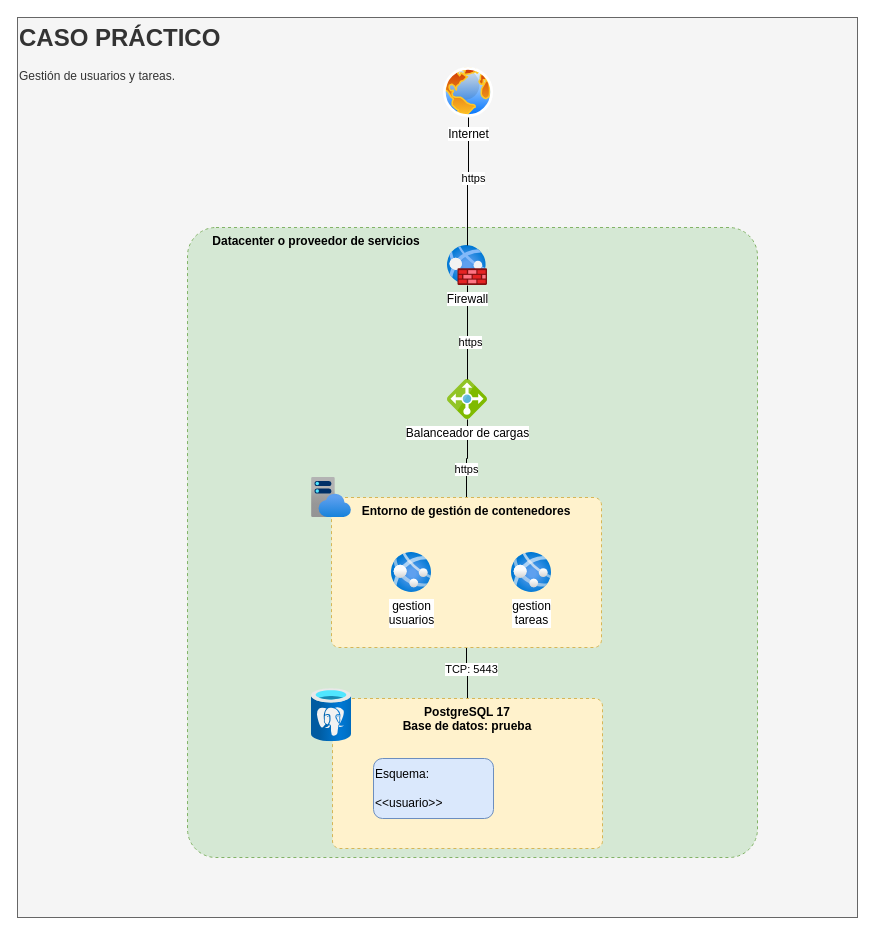
Before: page "Caso practico 1" (1 of 2) of usuario-tareas.drawio in jariasbecerra/prueba, a draw.io diagram. Source tidied: cells renumbered, new cells numbered last; positions are measured from the earlier drawing's top-left corner, leaving out a move shared by most shapes. Both pictures are drawn from the tidied source at 100%, with x=0, y=0 at pixel (17, 17).
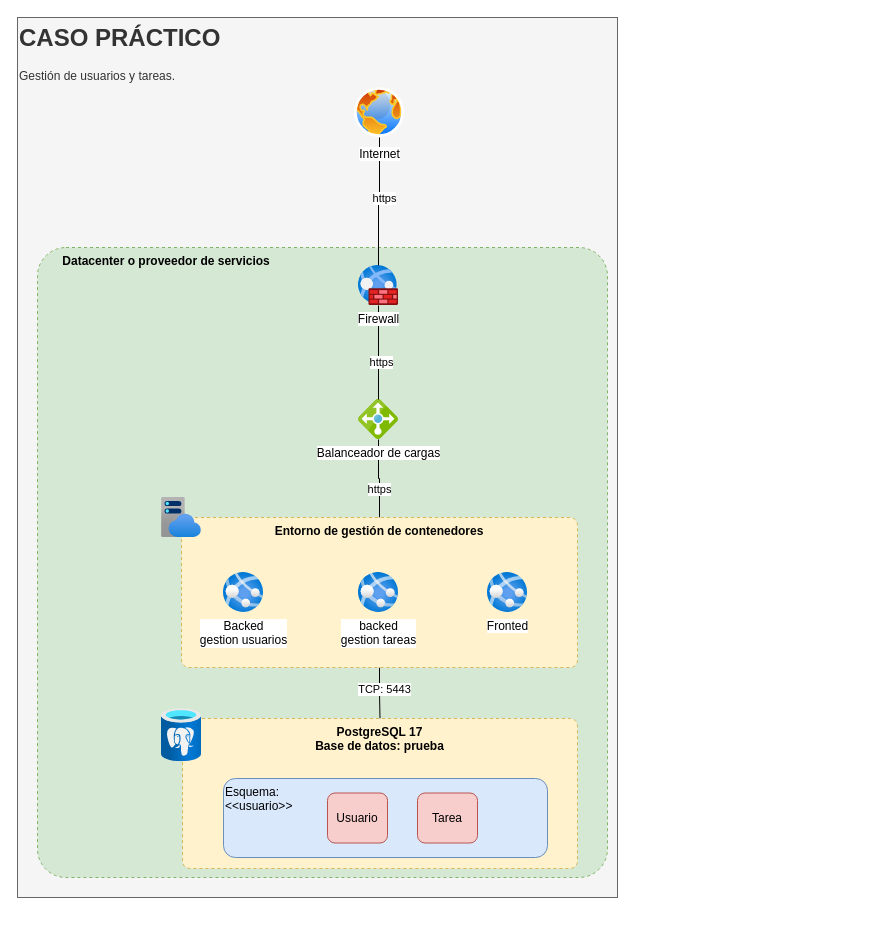
After the change.

What changed in the source:
```diff
@@
     <mxCell id="2" value="&lt;h1 style=&quot;margin-top: 0px;&quot;&gt;CASO PRÁCTICO&lt;/h1&gt;&lt;p&gt;Gestión de usuarios y tareas.&lt;/p&gt;" style="text;html=1;whiteSpace=wrap;overflow=hidden;rounded=0;strokeColor=#666666;fillColor=#f5f5f5;fontColor=#333333;" parent="1" vertex="1">
-      <mxGeometry width="840" height="900" as="geometry" />
+      <mxGeometry width="600" height="880" as="geometry" />
     </mxCell>
     <mxCell id="3" value="&amp;nbsp; &amp;nbsp; &amp;nbsp; &amp;nbsp;Datacenter o proveedor de servicios" style="rounded=1;whiteSpace=wrap;html=1;dashed=1;fillColor=#d5e8d4;arcSize=5;align=left;verticalAlign=top;fontStyle=1;strokeColor=#82b366;" parent="1" vertex="1">
-      <mxGeometry x="170" y="210" width="570" height="630" as="geometry" />
+      <mxGeometry x="20" y="230" width="570" height="630" as="geometry" />
     </mxCell>
@@
     <mxCell id="8" value="Entorno de gestión de contenedores" style="rounded=1;whiteSpace=wrap;html=1;dashed=1;fillColor=#fff2cc;arcSize=5;align=center;verticalAlign=top;fontStyle=1;strokeColor=#d6b656;" parent="1" vertex="1">
-      <mxGeometry x="314" y="480" width="270" height="150" as="geometry" />
+      <mxGeometry x="164" y="500" width="396" height="150" as="geometry" />
     </mxCell>
     <mxCell id="9" value="Balanceador de cargas" style="image;sketch=0;html=1;points=[];align=center;fontSize=12;image=img/lib/mscae/Load_Balancer_feature.svg;" parent="1" vertex="1">
-      <mxGeometry x="430" y="362" width="40" height="40" as="geometry" />
+      <mxGeometry x="341" y="382" width="40" height="40" as="geometry" />
     </mxCell>
@@
     <mxCell id="12" value="Firewall" style="image;html=1;points=[];align=center;fontSize=12;image=img/lib/azure2/networking/Web_Application_Firewall_Policies_WAF.svg;" parent="1" vertex="1">
-      <mxGeometry x="430" y="228" width="40" height="40" as="geometry" />
+      <mxGeometry x="341" y="248" width="40" height="40" as="geometry" />
     </mxCell>
     <mxCell id="13" style="image;html=1;align=center;fontSize=12;image=img/lib/azure2/app_services/App_Service_Plans.svg;" parent="1" vertex="1">
-      <mxGeometry x="294" y="460" width="40" height="40" as="geometry" />
+      <mxGeometry x="144" y="480" width="40" height="40" as="geometry" />
     </mxCell>
-    <mxCell id="14" value="gestion&lt;div&gt;usuarios&lt;/div&gt;" style="image;html=1;align=center;fontSize=12;image=img/lib/azure2/app_services/App_Services.svg;" parent="1" vertex="1">
-      <mxGeometry x="374" y="535" width="40" height="40" as="geometry" />
+    <mxCell id="14" value="&lt;div&gt;Backed&lt;/div&gt;gestion&amp;nbsp;&lt;span style=&quot;background-color: light-dark(#ffffff, var(--ge-dark-color, #121212)); color: light-dark(rgb(0, 0, 0), rgb(255, 255, 255));&quot;&gt;usuarios&lt;/span&gt;" style="image;html=1;align=center;fontSize=12;image=img/lib/azure2/app_services/App_Services.svg;" parent="1" vertex="1">
+      <mxGeometry x="206" y="555" width="40" height="40" as="geometry" />
     </mxCell>
@@
     <mxCell id="17" value="Internet" style="image;perimeter=ellipsePerimeter;html=1;align=center;shadow=0;dashed=0;spacingTop=3;image=img/lib/active_directory/internet_globe.svg;" parent="1" vertex="1">
-      <mxGeometry x="426" y="50" width="50" height="50" as="geometry" />
+      <mxGeometry x="337" y="70" width="50" height="50" as="geometry" />
     </mxCell>
-    <mxCell id="18" value="gestion&lt;div&gt;tareas&lt;/div&gt;" style="image;html=1;align=center;fontSize=12;image=img/lib/azure2/app_services/App_Services.svg;" parent="1" vertex="1">
-      <mxGeometry x="494" y="535" width="40" height="40" as="geometry" />
+    <mxCell id="18" value="&lt;div&gt;backed&lt;/div&gt;gestion&amp;nbsp;&lt;span style=&quot;background-color: light-dark(#ffffff, var(--ge-dark-color, #121212)); color: light-dark(rgb(0, 0, 0), rgb(255, 255, 255));&quot;&gt;tareas&lt;/span&gt;" style="image;html=1;align=center;fontSize=12;image=img/lib/azure2/app_services/App_Services.svg;" parent="1" vertex="1">
+      <mxGeometry x="341" y="555" width="40" height="40" as="geometry" />
     </mxCell>
     <mxCell id="19" value="PostgreSQL 17&lt;div&gt;Base de datos: prueba&lt;/div&gt;" style="rounded=1;whiteSpace=wrap;html=1;dashed=1;fillColor=#fff2cc;arcSize=5;align=center;verticalAlign=top;fontStyle=1;strokeColor=#d6b656;" parent="1" vertex="1">
-      <mxGeometry x="315" y="681" width="270" height="150" as="geometry" />
+      <mxGeometry x="165" y="701" width="395" height="150" as="geometry" />
     </mxCell>
     <mxCell id="20" style="image;html=1;align=center;fontSize=12;image=img/lib/azure2/databases/Azure_Database_PostgreSQL_Server.svg;" parent="1" vertex="1">
-      <mxGeometry x="294" y="671" width="40" height="53.3" as="geometry" />
+      <mxGeometry x="144" y="691" width="40" height="53.3" as="geometry" />
     </mxCell>
-    <mxCell id="21" value="Esquema:&lt;div&gt;&lt;br&gt;&lt;/div&gt;&lt;div&gt;&amp;lt;&amp;lt;usuario&amp;gt;&amp;gt;&lt;/div&gt;" style="rounded=1;whiteSpace=wrap;html=1;fillColor=#dae8fc;strokeColor=#6c8ebf;align=left;" parent="1" vertex="1">
-      <mxGeometry x="356" y="741" width="120" height="60" as="geometry" />
+    <mxCell id="21" value="Esquema:&lt;div&gt;&amp;lt;&amp;lt;usuario&amp;gt;&amp;gt;&lt;/div&gt;" style="rounded=1;whiteSpace=wrap;html=1;fillColor=#dae8fc;strokeColor=#6c8ebf;align=left;verticalAlign=top;" parent="1" vertex="1">
+      <mxGeometry x="206" y="761" width="324" height="79" as="geometry" />
     </mxCell>
+    <mxCell id="22" value="Fronted" style="image;html=1;align=center;fontSize=12;image=img/lib/azure2/app_services/App_Services.svg;" parent="1" vertex="1">
+      <mxGeometry x="470" y="555" width="40" height="40" as="geometry" />
+    </mxCell>
+    <mxCell id="23" value="Usuario" style="rounded=1;whiteSpace=wrap;html=1;fillColor=#f8cecc;strokeColor=#b85450;" parent="1" vertex="1">
+      <mxGeometry x="310" y="775.5" width="60" height="50" as="geometry" />
+    </mxCell>
+    <mxCell id="24" value="Tarea" style="rounded=1;whiteSpace=wrap;html=1;fillColor=#f8cecc;strokeColor=#b85450;" parent="1" vertex="1">
+      <mxGeometry x="400" y="775.5" width="60" height="50" as="geometry" />
+    </mxCell>
```
